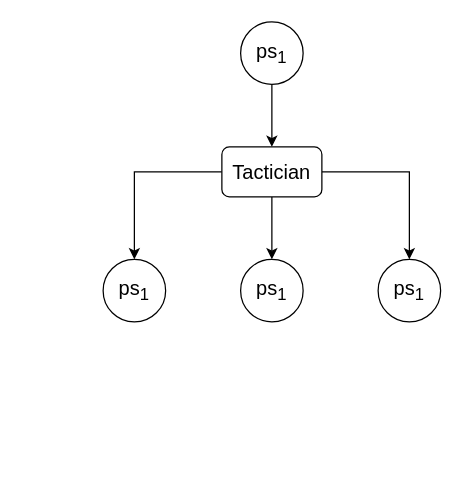
This is tactician.drawio from Zhang-Liao/draw-io, a draw.io file, before an edit. Source tidied: cells renumbered, new cells numbered last; positions are measured from the earlier drawing's top-left corner, leaving out a move shared by most shapes. Both pictures are drawn from the tidied source at 125%, with x=0, y=0 at pixel (102, 21).
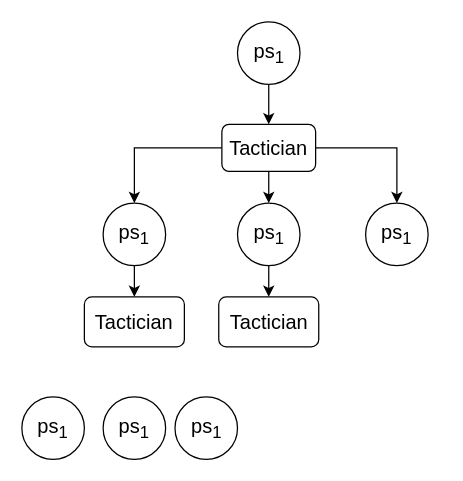
Above is the later version.

Change to the diagram source:
```diff
@@
 <mxGraphModel>
   <root>
     <mxCell id="0" />
     <mxCell id="1" parent="0" />
     <mxCell id="2" style="edgeStyle=orthogonalEdgeStyle;rounded=0;jettySize=auto;html=1;entryX=0.5;entryY=0;entryDx=0;entryDy=0;" parent="1" edge="1" source="3" target="10">
       <mxGeometry relative="1" as="geometry" />
     </mxCell>
     <mxCell id="3" value="&lt;font style=&quot;font-size: 16px;&quot;&gt;ps&lt;sub&gt;1&lt;/sub&gt;&lt;/font&gt;" style="ellipse;whiteSpace=wrap;html=1;" parent="1" vertex="1">
-      <mxGeometry x="110" width="50" height="50" as="geometry" />
+      <mxGeometry x="107.5" width="50" height="50" as="geometry" />
     </mxCell>
+    <mxCell id="11" style="edgeStyle=orthogonalEdgeStyle;rounded=0;jettySize=auto;html=1;entryX=0.5;entryY=0;entryDx=0;entryDy=0;" parent="1" edge="1" source="4" target="13">
+      <mxGeometry relative="1" as="geometry" />
+    </mxCell>
     <mxCell id="4" value="&lt;font style=&quot;font-size: 16px;&quot;&gt;ps&lt;sub&gt;1&lt;/sub&gt;&lt;/font&gt;" style="ellipse;whiteSpace=wrap;html=1;" parent="1" vertex="1">
-      <mxGeometry y="190" width="50" height="50" as="geometry" />
+      <mxGeometry y="145" width="50" height="50" as="geometry" />
     </mxCell>
+    <mxCell id="12" style="edgeStyle=orthogonalEdgeStyle;rounded=0;jettySize=auto;html=1;entryX=0.5;entryY=0;entryDx=0;entryDy=0;" parent="1" edge="1" source="5" target="14">
+      <mxGeometry relative="1" as="geometry" />
+    </mxCell>
     <mxCell id="5" value="&lt;font style=&quot;font-size: 16px;&quot;&gt;ps&lt;sub&gt;1&lt;/sub&gt;&lt;/font&gt;" style="ellipse;whiteSpace=wrap;html=1;" parent="1" vertex="1">
-      <mxGeometry x="110" y="190" width="50" height="50" as="geometry" />
+      <mxGeometry x="107.5" y="145" width="50" height="50" as="geometry" />
     </mxCell>
     <mxCell id="6" value="&lt;font style=&quot;font-size: 16px;&quot;&gt;ps&lt;sub&gt;1&lt;/sub&gt;&lt;/font&gt;" style="ellipse;whiteSpace=wrap;html=1;" parent="1" vertex="1">
-      <mxGeometry x="220" y="190" width="50" height="50" as="geometry" />
+      <mxGeometry x="210" y="145" width="50" height="50" as="geometry" />
     </mxCell>
     <mxCell id="7" style="edgeStyle=orthogonalEdgeStyle;rounded=0;jettySize=auto;html=1;entryX=0.5;entryY=0;entryDx=0;entryDy=0;" parent="1" edge="1" source="10" target="4">
       <mxGeometry relative="1" as="geometry" />
     </mxCell>
     <mxCell id="8" style="edgeStyle=orthogonalEdgeStyle;rounded=0;jettySize=auto;html=1;entryX=0.5;entryY=0;entryDx=0;entryDy=0;" parent="1" edge="1" source="10" target="5">
       <mxGeometry relative="1" as="geometry" />
     </mxCell>
     <mxCell id="9" style="edgeStyle=orthogonalEdgeStyle;rounded=0;jettySize=auto;html=1;exitX=1;exitY=0.5;exitDx=0;exitDy=0;entryX=0.5;entryY=0;entryDx=0;entryDy=0;" parent="1" edge="1" source="10" target="6">
       <mxGeometry relative="1" as="geometry" />
     </mxCell>
     <mxCell id="10" value="&lt;font style=&quot;font-size: 16px;&quot;&gt;Tactician&lt;/font&gt;" style="rounded=1;whiteSpace=wrap;html=1;" parent="1" vertex="1">
-      <mxGeometry x="95" y="100" width="80" height="40" as="geometry" />
+      <mxGeometry x="95" y="82" width="75" height="37.5" as="geometry" />
     </mxCell>
+    <mxCell id="13" value="&lt;font style=&quot;font-size: 16px;&quot;&gt;Tactician&lt;/font&gt;" style="rounded=1;whiteSpace=wrap;html=1;" parent="1" vertex="1">
+      <mxGeometry x="-15" y="220" width="80" height="40" as="geometry" />
+    </mxCell>
+    <mxCell id="14" value="&lt;font style=&quot;font-size: 16px;&quot;&gt;Tactician&lt;/font&gt;" style="rounded=1;whiteSpace=wrap;html=1;" parent="1" vertex="1">
+      <mxGeometry x="92.5" y="220" width="80" height="40" as="geometry" />
+    </mxCell>
+    <mxCell id="15" value="&lt;font style=&quot;font-size: 16px;&quot;&gt;ps&lt;sub&gt;1&lt;/sub&gt;&lt;/font&gt;" style="ellipse;whiteSpace=wrap;html=1;" parent="1" vertex="1">
+      <mxGeometry x="-65" y="300" width="50" height="50" as="geometry" />
+    </mxCell>
+    <mxCell id="16" value="&lt;font style=&quot;font-size: 16px;&quot;&gt;ps&lt;sub&gt;1&lt;/sub&gt;&lt;/font&gt;" style="ellipse;whiteSpace=wrap;html=1;" parent="1" vertex="1">
+      <mxGeometry y="300" width="50" height="50" as="geometry" />
+    </mxCell>
+    <mxCell id="17" value="&lt;font style=&quot;font-size: 16px;&quot;&gt;ps&lt;sub&gt;1&lt;/sub&gt;&lt;/font&gt;" style="ellipse;whiteSpace=wrap;html=1;" parent="1" vertex="1">
+      <mxGeometry x="57.5" y="300" width="50" height="50" as="geometry" />
+    </mxCell>
   </root>
 </mxGraphModel>
```
